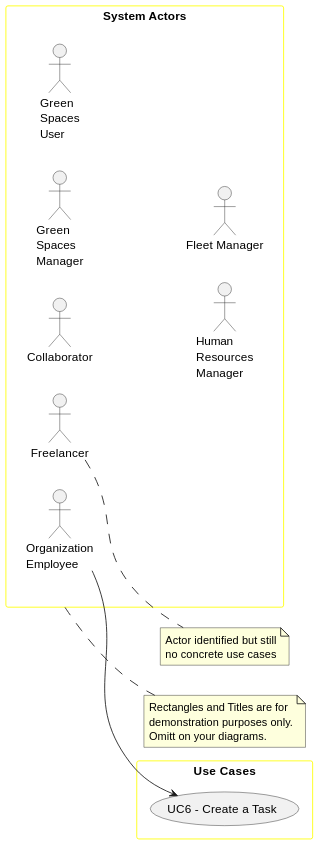
daniel41silva05/ISEP_2023_2024_LAPR2 keeps this PlantUML diagram as docs/sprintA/global-artifacts/01.requirements-engineering/svg/use-case-diagram.svg. Above is the earlier version. Source of this version:
```plantuml
@startuml
skinparam packageStyle rectangle

skinparam rectangle{
    BorderColor yellow
}


left to right direction

rectangle "System Actors" as actors {
    actor Freelancer
    actor Collaborator
    actor "Green\nSpaces\nManager" as GSM
    actor "Green\nSpaces\nUser" as GSU
    actor "Human\nResources\nManager" as HRM
    actor "Fleet Manager" as FM
    actor "Organization\nEmployee" as Employee
}


note right of Freelancer
    Actor identified but still
    no concrete use cases
end note

rectangle "Use Cases" as usecases{
    usecase "UC6 - Create a Task" as UC6
    Employee --> UC6
}
note right of actors
    Rectangles and Titles are for
    demonstration purposes only.
    Omitt on your diagrams.
end note
@enduml
```
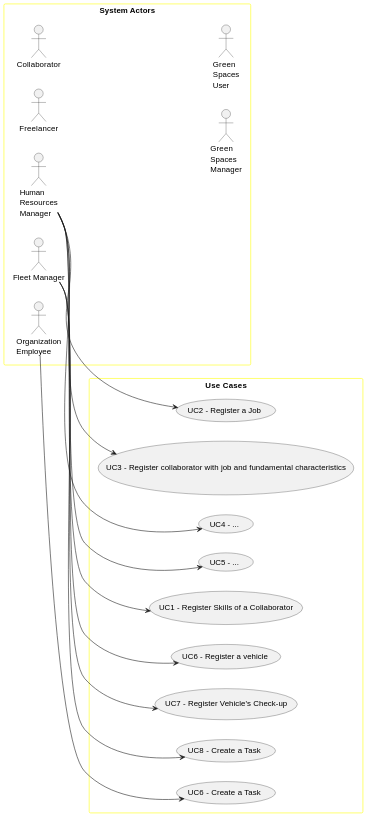
The same diagram one commit later.

Commit message:
Update UCD diagram

Diff of the diagram source:
```diff
@@ -18,19 +18,24 @@
     actor "Organization\nEmployee" as Employee
 }
 
-
-note right of Freelancer
-    Actor identified but still
-    no concrete use cases
-end note
-
 rectangle "Use Cases" as usecases{
-    usecase "UC6 - Create a Task" as UC6
-    Employee --> UC6
+    usecase "UC6 - Create a Task" as UC66
+    Employee --> UC66
+    usecase "UC1 - Register Skills of a Collaborator" as UC1
+    HRM --> UC1
+    usecase "UC2 - Register a Job" as UC2
+    HRM --> UC2
+    usecase "UC3 - Register collaborator with job and fundamental characteristics" as UC3
+    HRM --> UC3
+    usecase "UC4 - ..." as UC4
+    HRM --> UC4
+    usecase "UC5 - ..." as UC5
+    HRM --> UC5
+    usecase "UC6 - Register a vehicle" as UC6
+    FM --> UC6
+    usecase "UC7 - Register Vehicle's Check-up" as UC7
+    FM --> UC7
+    usecase "UC8 - Create a Task" as UC8
+    FM --> UC8
 }
-note right of actors
-    Rectangles and Titles are for
-    demonstration purposes only.
-    Omitt on your diagrams.
-end note
 @enduml
```
